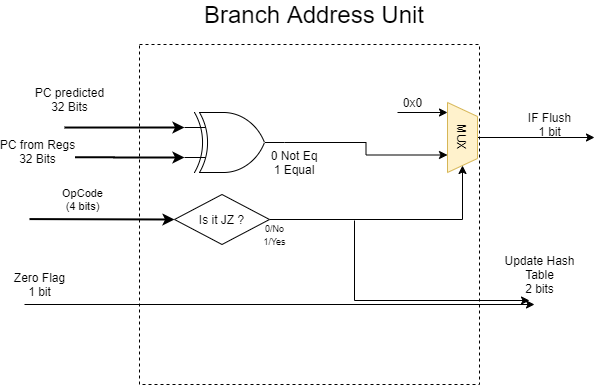
Above: docs/Designs/Branch Address Unit.png in mido3ds/pipeline-risc-cpu (draw.io), before the change. Source tidied: cells renumbered, new cells last; positions are measured from the earlier drawing's top-left corner, leaving out a move shared by most shapes.
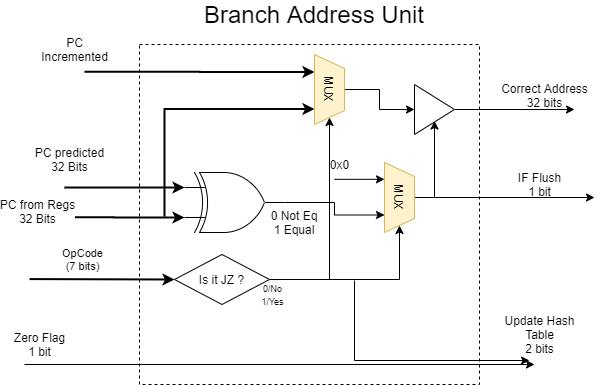
The same diagram one commit later.

Commit message:
Updated branch address unit

Change to the diagram source:
```diff
@@ -3,15 +3,15 @@
     <mxCell id="0" />
     <mxCell id="1" parent="0" />
     <mxCell id="2" style="whiteSpace=wrap;html=1;dashed=1;" parent="1" vertex="1">
-      <mxGeometry x="135" y="40" width="340" height="340" as="geometry" />
+      <mxGeometry x="135" y="-20" width="340" height="340" as="geometry" />
     </mxCell>
-    <mxCell id="3" value="OpCode&lt;br&gt;(4 bits)" style="endArrow=classic;html=1;strokeWidth=2;entryX=0;entryY=0.5;entryDx=0;entryDy=0;" parent="1" edge="1" target="6">
+    <mxCell id="3" value="OpCode&lt;br&gt;(7 bits)" style="endArrow=classic;html=1;strokeWidth=2;entryX=0;entryY=0.5;entryDx=0;entryDy=0;" parent="1" edge="1" target="6">
       <mxGeometry x="-0.27" y="20" relative="1" as="geometry">
         <mxPoint x="25" y="214.6" as="sourcePoint" />
       </mxGeometry>
     </mxCell>
     <mxCell id="4" value="&lt;font style=&quot;font-size: 24px&quot;&gt;Branch Address Unit&lt;/font&gt;" style="text;html=1;strokeColor=none;fillColor=none;align=center;verticalAlign=middle;whiteSpace=wrap;rounded=0;" parent="1" vertex="1">
-      <mxGeometry x="180" width="260" height="20" as="geometry" />
+      <mxGeometry x="180" y="-60" width="260" height="20" as="geometry" />
     </mxCell>
     <mxCell id="5" value="&lt;font style=&quot;font-size: 9px&quot;&gt;0/No&lt;br&gt;1/Yes&lt;/font&gt;" style="edgeStyle=orthogonalEdgeStyle;rounded=0;jettySize=auto;html=1;entryX=1;entryY=0.5;entryDx=0;entryDy=0;" parent="1" edge="1" source="6" target="8">
       <mxGeometry x="-0.96" y="-15" relative="1" as="geometry" />
@@ -25,17 +25,17 @@
       </mxGeometry>
     </mxCell>
     <mxCell id="8" value="MUX" style="shape=trapezoid;perimeter=trapezoidPerimeter;whiteSpace=wrap;html=1;rotation=90;fillColor=#fff2cc;strokeColor=#d6b656;" parent="1" vertex="1">
-      <mxGeometry x="423" y="118" width="70" height="30" as="geometry" />
+      <mxGeometry x="360" y="118" width="70" height="30" as="geometry" />
     </mxCell>
     <mxCell id="9" value="IF Flush&lt;br&gt;1 bit" style="text;html=1;align=center;" parent="1" vertex="1">
-      <mxGeometry x="510" y="100" width="70" height="30" as="geometry" />
+      <mxGeometry x="500" y="100" width="70" height="30" as="geometry" />
     </mxCell>
-    <mxCell id="10" style="edgeStyle=orthogonalEdgeStyle;rounded=0;jumpSize=23;jettySize=auto;html=1;entryX=-0.008;entryY=0.086;entryDx=0;entryDy=0;strokeWidth=1;entryPerimeter=0;" parent="1" edge="1" target="x">
+    <mxCell id="10" style="edgeStyle=orthogonalEdgeStyle;rounded=0;jumpSize=23;orthogonalLoop=1;jettySize=auto;html=1;entryX=-0.008;entryY=0.086;entryDx=0;entryDy=0;strokeWidth=1;entryPerimeter=0;" parent="1" edge="1">
       <mxGeometry relative="1" as="geometry">
-        <mxPoint x="265" y="90" as="sourcePoint" />
+        <mxPoint x="265" y="30" as="sourcePoint" />
         <Array as="points">
-          <mxPoint x="290" y="90" />
-          <mxPoint x="290" y="59" />
+          <mxPoint x="290" y="30" />
+          <mxPoint x="290" y="-1" />
         </Array>
       </mxGeometry>
     </mxCell>
@@ -73,12 +73,12 @@
     </mxCell>
     <mxCell id="19" style="endArrow=classic;html=1;strokeWidth=1;" parent="1" edge="1">
       <mxGeometry relative="1" as="geometry">
-        <mxPoint x="393" y="108" as="sourcePoint" />
-        <mxPoint x="443" y="108" as="targetPoint" />
+        <mxPoint x="330" y="114.8" as="sourcePoint" />
+        <mxPoint x="380" y="114.8" as="targetPoint" />
       </mxGeometry>
     </mxCell>
     <mxCell id="20" value="0x0" style="text;html=1;align=center;verticalAlign=middle;" parent="1" vertex="1">
-      <mxGeometry x="393" y="88" width="30" height="20" as="geometry" />
+      <mxGeometry x="320" y="90" width="30" height="20" as="geometry" />
     </mxCell>
     <mxCell id="21" style="endArrow=classic;html=1;strokeWidth=1;rounded=0;jumpStyle=none;" parent="1" edge="1">
       <mxGeometry relative="1" as="geometry">
@@ -101,5 +101,50 @@
     <mxCell id="24" value="Zero Flag&lt;br&gt;1 bit" style="text;html=1;align=center;verticalAlign=middle;" parent="1" vertex="1">
       <mxGeometry y="265" width="70" height="30" as="geometry" />
     </mxCell>
+    <mxCell id="25" style="edgeStyle=orthogonalEdgeStyle;rounded=0;orthogonalLoop=1;jettySize=auto;html=1;" parent="1" edge="1">
+      <mxGeometry relative="1" as="geometry">
+        <mxPoint x="430" y="133.5" as="sourcePoint" />
+        <mxPoint x="430" y="56.5" as="targetPoint" />
+      </mxGeometry>
+    </mxCell>
+    <mxCell id="26" style="edgeStyle=orthogonalEdgeStyle;rounded=0;jettySize=auto;html=1;" parent="1" edge="1" source="27">
+      <mxGeometry relative="1" as="geometry">
+        <mxPoint x="570" y="45" as="targetPoint" />
+      </mxGeometry>
+    </mxCell>
+    <mxCell id="27" style="triangle;whiteSpace=wrap;html=1;" parent="1" vertex="1">
+      <mxGeometry x="410" y="20" width="40" height="50" as="geometry" />
+    </mxCell>
+    <mxCell id="28" style="edgeStyle=orthogonalEdgeStyle;rounded=0;jettySize=auto;html=1;entryX=1;entryY=0.5;entryDx=0;entryDy=0;" parent="1" edge="1" target="32">
+      <mxGeometry relative="1" as="geometry">
+        <mxPoint x="325" y="215" as="sourcePoint" />
+      </mxGeometry>
+    </mxCell>
+    <mxCell id="29" style="edgeStyle=orthogonalEdgeStyle;rounded=0;jettySize=auto;html=1;entryX=0;entryY=0.5;entryDx=0;entryDy=0;" parent="1" edge="1" source="32" target="27">
+      <mxGeometry relative="1" as="geometry" />
+    </mxCell>
+    <mxCell id="30" style="edgeStyle=orthogonalEdgeStyle;rounded=0;orthogonalLoop=1;jettySize=auto;html=1;exitX=0.75;exitY=1;exitDx=0;exitDy=0;entryX=0.75;entryY=1;entryDx=0;entryDy=0;strokeWidth=2;" parent="1" edge="1">
+      <mxGeometry relative="1" as="geometry">
+        <mxPoint x="160" y="152" as="sourcePoint" />
+        <mxPoint x="310" y="44.5" as="targetPoint" />
+        <Array as="points">
+          <mxPoint x="160" y="45" />
+        </Array>
+      </mxGeometry>
+    </mxCell>
+    <mxCell id="31" style="edgeStyle=orthogonalEdgeStyle;rounded=0;jettySize=auto;html=1;exitX=0.25;exitY=1;exitDx=0;exitDy=0;strokeWidth=2;entryX=0.25;entryY=1;entryDx=0;entryDy=0;" parent="1" edge="1" target="32">
+      <mxGeometry relative="1" as="geometry">
+        <mxPoint x="80" y="7.2" as="sourcePoint" />
+      </mxGeometry>
+    </mxCell>
+    <mxCell id="32" value="MUX" style="shape=trapezoid;perimeter=trapezoidPerimeter;whiteSpace=wrap;html=1;rotation=90;fillColor=#fff2cc;strokeColor=#d6b656;" parent="1" vertex="1">
+      <mxGeometry x="290" y="10" width="70" height="30" as="geometry" />
+    </mxCell>
+    <mxCell id="33" value="Correct Address&lt;br&gt;32 bits" style="text;html=1;align=center;verticalAlign=middle;" parent="1" vertex="1">
+      <mxGeometry x="490" y="16" width="100" height="30" as="geometry" />
+    </mxCell>
+    <mxCell id="34" value="PC&lt;br&gt;Incremented" style="text;html=1;align=center;verticalAlign=middle;" parent="1" vertex="1">
+      <mxGeometry x="30" y="-30" width="80" height="30" as="geometry" />
+    </mxCell>
   </root>
 </mxGraphModel>
```
